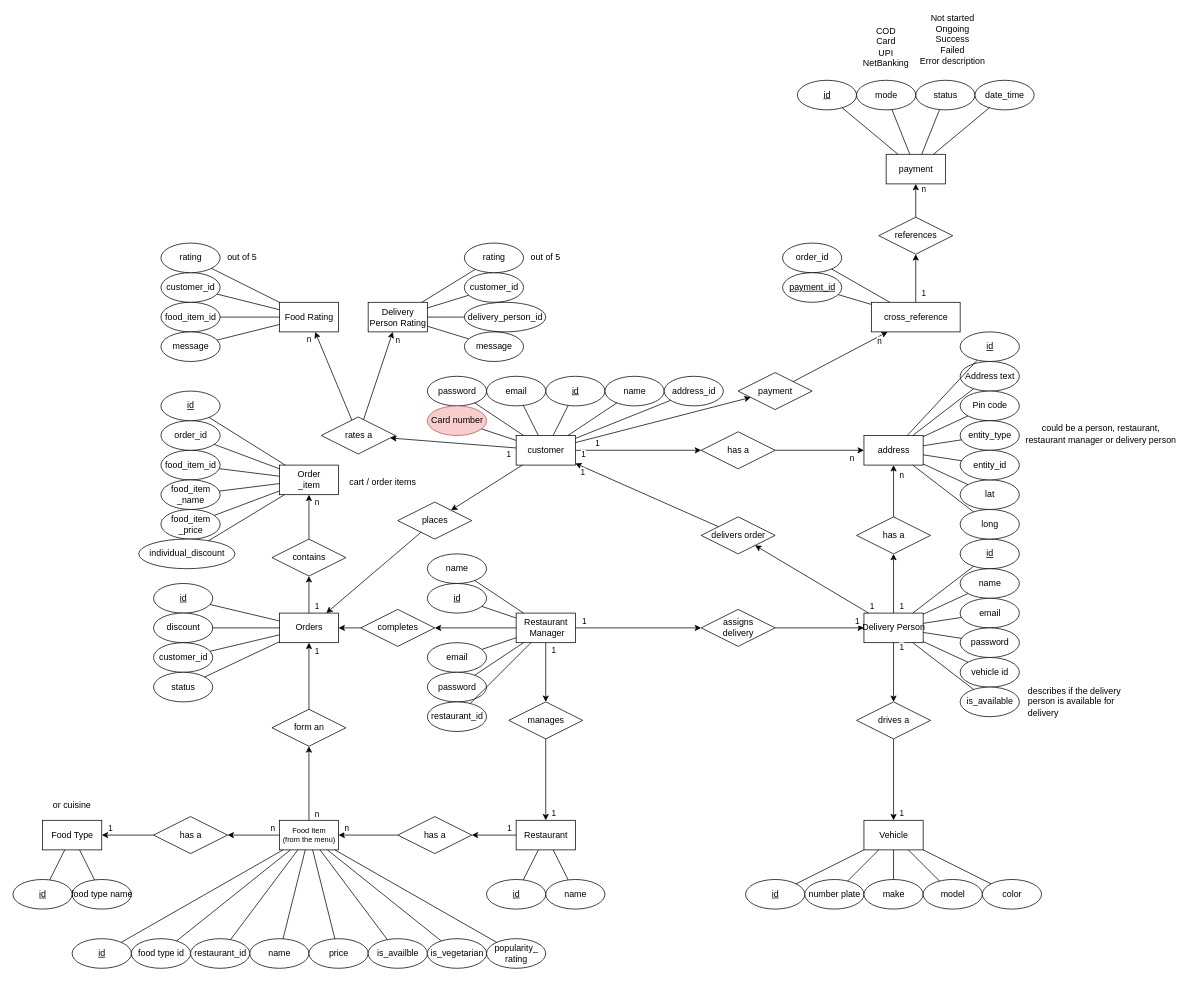
The draw.io diagram diagrams/ER/ER diagram.drawio in callofthewild/hunger-buzz, before the edit. Source tidied: cells renumbered, new cells numbered last; positions are measured from the earlier drawing's top-left corner, leaving out a move shared by most shapes. Both pictures are drawn from the tidied source at 74%, with x=0, y=0 at pixel (13, 13).
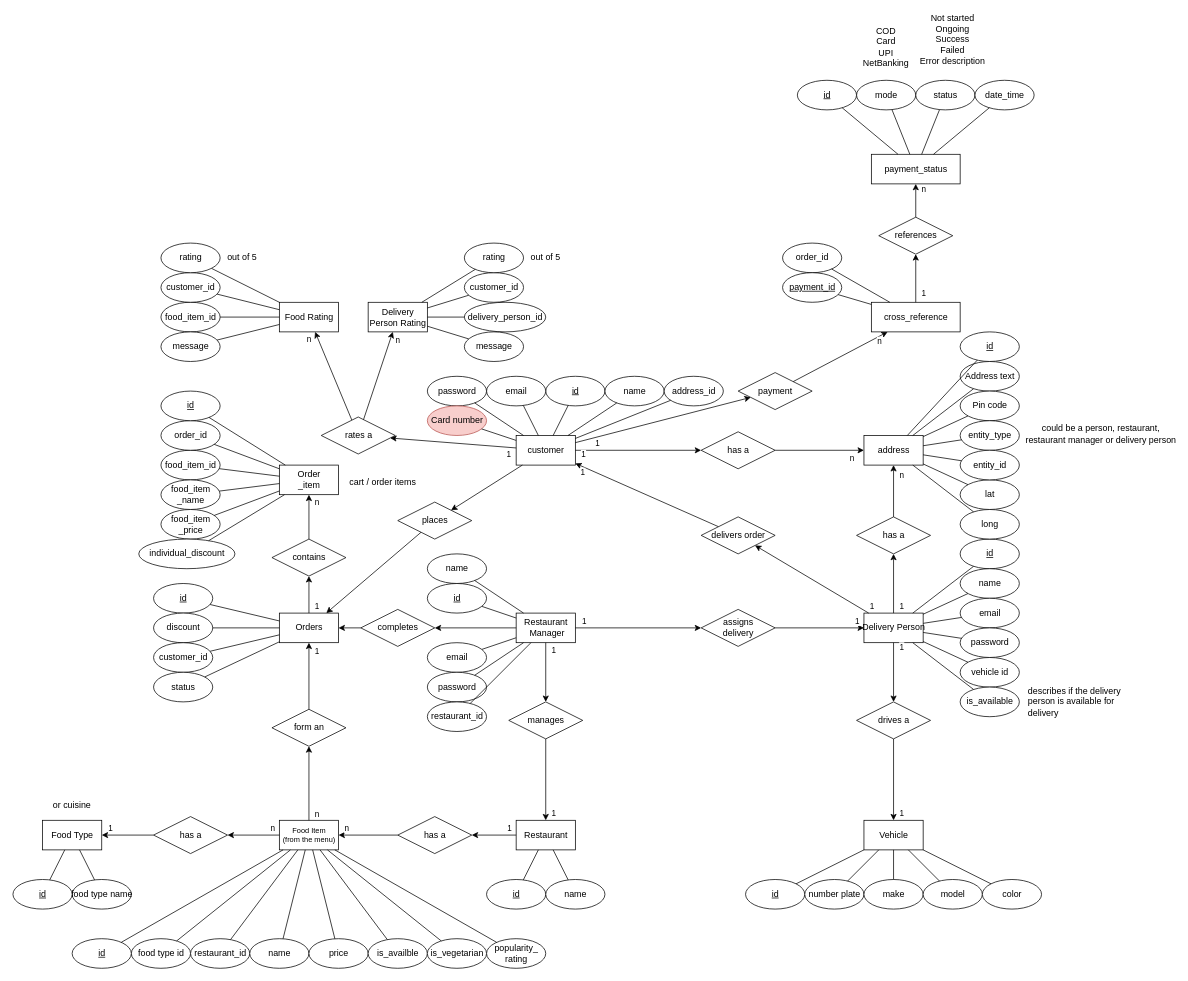
The same page after the edit.

Commit message:
ER : change name of payment to payment_status

Diff of the diagram source:
```diff
@@
-    <mxCell id="196" value="payment" style="rounded=0;html=1;" parent="1" vertex="1">
-      <mxGeometry x="1180" y="190" width="80" height="40" as="geometry" />
+    <mxCell id="196" value="payment_status" style="rounded=0;html=1;" parent="1" vertex="1">
+      <mxGeometry x="1160" y="190" width="120" height="40" as="geometry" />
     </mxCell>
```
